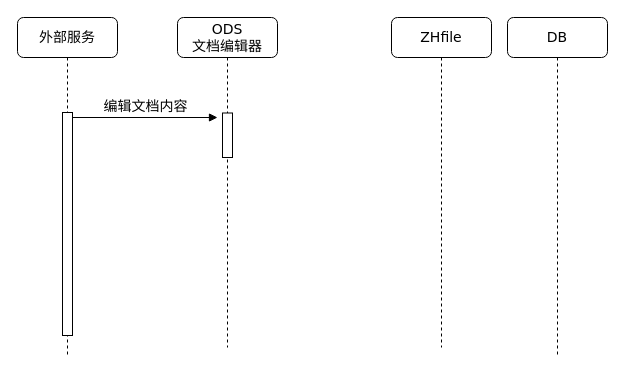
This is page "文档编辑" (3 of 3) of ODS.drawio from waterwatermelon/graph, a draw.io file, before an edit. Source tidied: cells renumbered, new cells numbered last; positions are measured from the earlier drawing's top-left corner, leaving out a move shared by most shapes. Both pictures are drawn from the tidied source at 100%, with x=0, y=0 at pixel (17, 17).
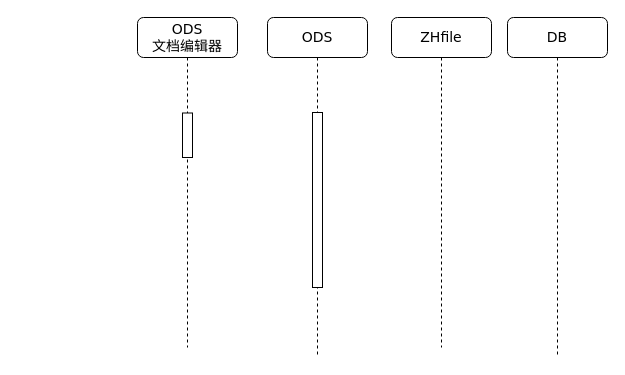
After the change.

Diff of the diagram source:
```diff
@@
 <mxGraphModel>
   <root>
     <mxCell id="0" />
     <mxCell id="1" parent="0" />
     <mxCell id="2" value="ZHfile" style="shape=umlLifeline;perimeter=lifelinePerimeter;whiteSpace=wrap;html=1;rounded=1;shadow=0;comic=0;labelBackgroundColor=none;strokeWidth=1;fontFamily=Verdana;fontSize=14;align=center;" parent="1" vertex="1">
       <mxGeometry x="374" width="100" height="330" as="geometry" />
     </mxCell>
-    <mxCell id="3" value="外部服务" style="shape=umlLifeline;perimeter=lifelinePerimeter;whiteSpace=wrap;html=1;rounded=1;shadow=0;comic=0;labelBackgroundColor=none;strokeWidth=1;fontFamily=Verdana;fontSize=14;align=center;" parent="1" vertex="1">
-      <mxGeometry width="100" height="340" as="geometry" />
-    </mxCell>
-    <mxCell id="4" style="html=1;perimeter=orthogonalPerimeter;fontSize=14;" parent="3" vertex="1">
-      <mxGeometry x="45" y="95" width="10" height="223" as="geometry" />
-    </mxCell>
     <mxCell id="5" value="DB" style="shape=umlLifeline;perimeter=lifelinePerimeter;whiteSpace=wrap;html=1;rounded=1;shadow=0;comic=0;labelBackgroundColor=none;strokeWidth=1;fontFamily=Verdana;fontSize=14;align=center;" parent="1" vertex="1">
       <mxGeometry x="490" width="100" height="340" as="geometry" />
     </mxCell>
     <mxCell id="6" value="ODS&lt;br&gt;文档编辑器" style="shape=umlLifeline;perimeter=lifelinePerimeter;whiteSpace=wrap;html=1;rounded=1;shadow=0;comic=0;labelBackgroundColor=none;strokeWidth=1;fontFamily=Verdana;fontSize=14;align=center;" parent="1" vertex="1">
-      <mxGeometry x="160" width="100" height="330" as="geometry" />
+      <mxGeometry x="120" width="100" height="330" as="geometry" />
     </mxCell>
     <mxCell id="7" style="html=1;perimeter=orthogonalPerimeter;fontSize=14;" parent="6" vertex="1">
       <mxGeometry x="45" y="95.5" width="10" height="44.5" as="geometry" />
     </mxCell>
-    <mxCell id="8" value="编辑文档内容" style="html=1;verticalAlign=bottom;endArrow=block;fontSize=14;" parent="1" edge="1">
-      <mxGeometry relative="1" as="geometry">
-        <mxPoint x="55" y="100" as="sourcePoint" />
-        <mxPoint x="200" y="100" as="targetPoint" />
-      </mxGeometry>
-    </mxCell>
+    <mxCell id="9" value="ODS" style="shape=umlLifeline;perimeter=lifelinePerimeter;whiteSpace=wrap;html=1;rounded=1;shadow=0;comic=0;labelBackgroundColor=none;strokeWidth=1;fontFamily=Verdana;fontSize=14;align=center;" parent="1" vertex="1">
+      <mxGeometry x="250" width="100" height="340" as="geometry" />
+    </mxCell>
+    <mxCell id="10" style="html=1;perimeter=orthogonalPerimeter;fontSize=14;" parent="9" vertex="1">
+      <mxGeometry x="45" y="95" width="10" height="175" as="geometry" />
+    </mxCell>
   </root>
 </mxGraphModel>
```
